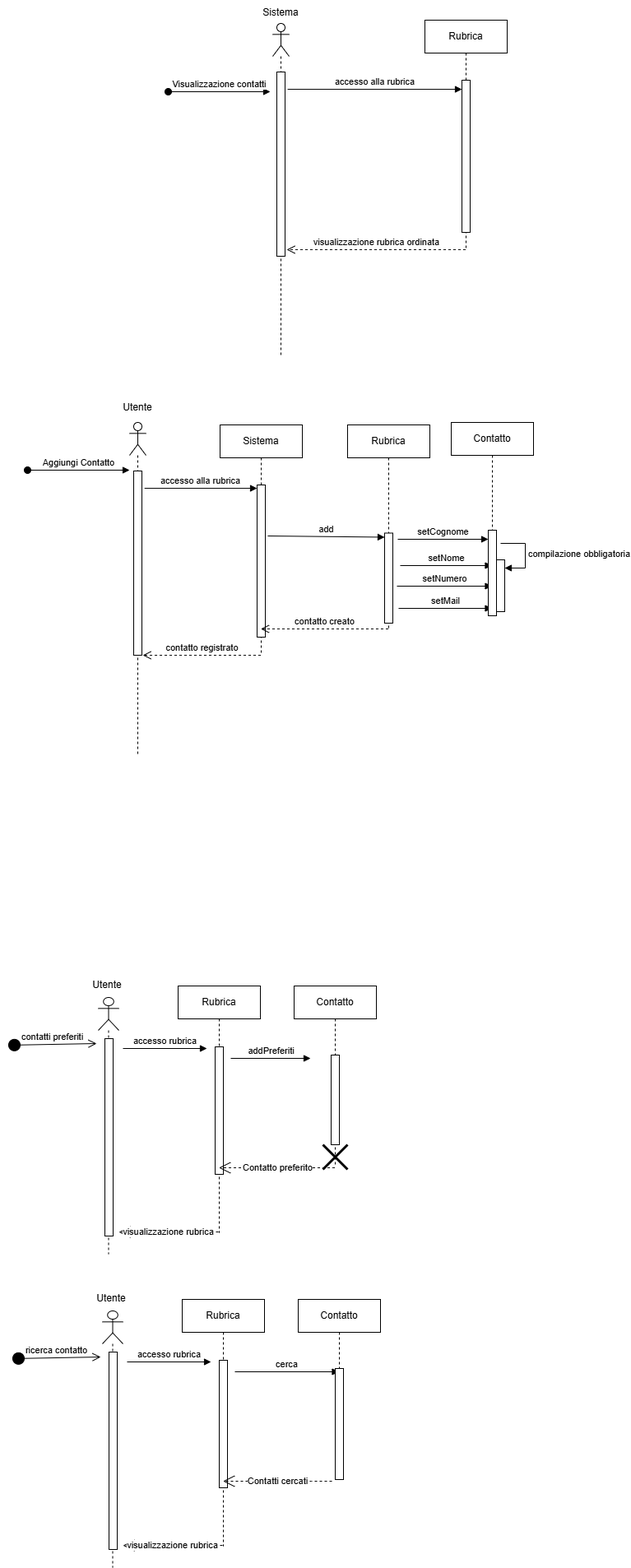
Before: Design/diagrammiPazzi.png, a diagram exported from draw.io (VinSVinS00/Programmi-pazzi). Source tidied: cells renumbered, new cells last; positions are measured from the earlier drawing's top-left corner, leaving out a move shared by most shapes.
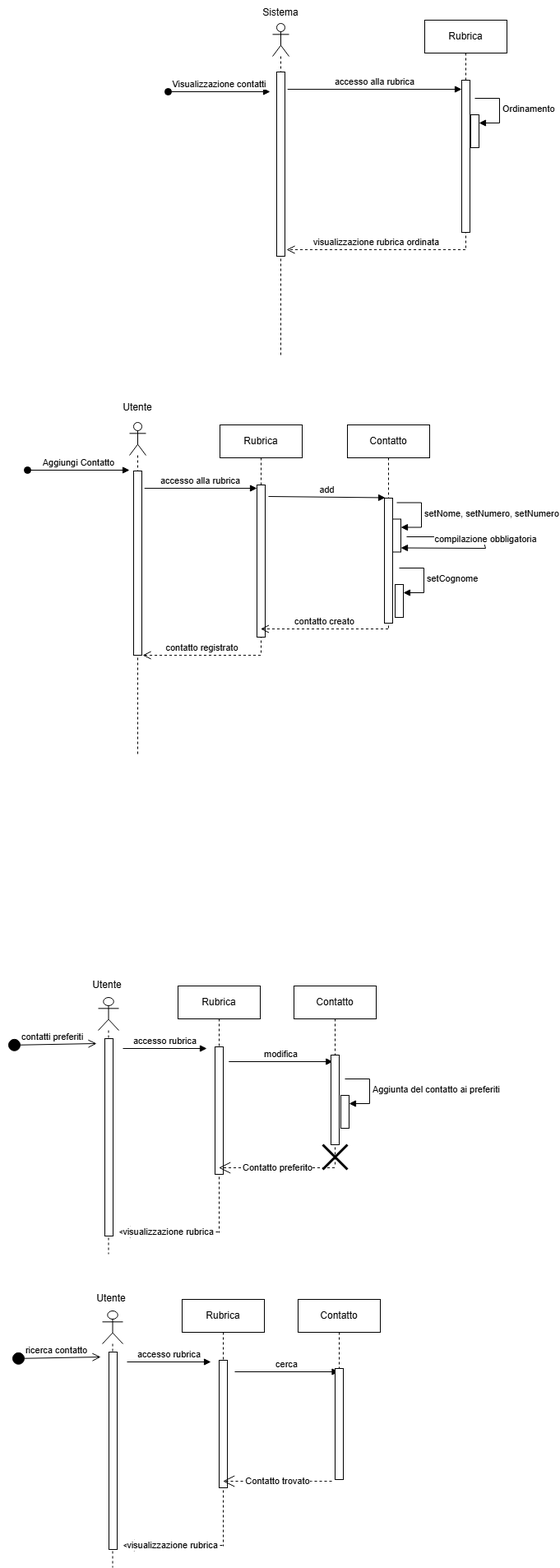
The same file after the commit.

Commit message:
Modifica dei diagrammi sequenziali

modifica dei vari diagrammi con varie modifiche fatte sulle self call e sui diagrammi in generale

The edit, as a diff of the source:
```diff
@@ -8,6 +8,17 @@
     <mxCell id="3" style="html=1;points=[[0,0,0,0,5],[0,1,0,0,-5],[1,0,0,0,5],[1,1,0,0,-5]];perimeter=orthogonalPerimeter;outlineConnect=0;targetShapes=umlLifeline;portConstraint=eastwest;newEdgeStyle={&quot;curved&quot;:0,&quot;rounded&quot;:0};" parent="2" vertex="1">
       <mxGeometry x="45" y="73" width="10" height="185" as="geometry" />
     </mxCell>
+    <mxCell id="55" style="html=1;points=[[0,0,0,0,5],[0,1,0,0,-5],[1,0,0,0,5],[1,1,0,0,-5]];perimeter=orthogonalPerimeter;outlineConnect=0;targetShapes=umlLifeline;portConstraint=eastwest;newEdgeStyle={&quot;curved&quot;:0,&quot;rounded&quot;:0};" parent="2" vertex="1">
+      <mxGeometry x="56" y="115" width="10" height="40" as="geometry" />
+    </mxCell>
+    <mxCell id="56" value="Ordinamento&amp;nbsp;" style="html=1;align=left;spacingLeft=2;endArrow=block;rounded=0;edgeStyle=orthogonalEdgeStyle;curved=0;rounded=0;" parent="2" edge="1" target="55">
+      <mxGeometry relative="1" as="geometry">
+        <mxPoint x="61" y="95" as="sourcePoint" />
+        <Array as="points">
+          <mxPoint x="91" y="125" />
+        </Array>
+      </mxGeometry>
+    </mxCell>
     <mxCell id="4" value="Visualizzazione contatti" style="html=1;verticalAlign=bottom;startArrow=oval;startFill=1;endArrow=block;startSize=8;curved=0;rounded=0;" parent="1" edge="1">
       <mxGeometry relative="1" as="geometry">
         <mxPoint x="195" y="111" as="sourcePoint" />
@@ -31,7 +42,7 @@
         <mxPoint x="339" y="303" as="targetPoint" />
       </mxGeometry>
     </mxCell>
-    <mxCell id="10" value="Sistema" style="shape=umlLifeline;perimeter=lifelinePerimeter;whiteSpace=wrap;html=1;outlineConnect=0;portConstraint=eastwest;newEdgeStyle={&quot;curved&quot;:0,&quot;rounded&quot;:0};" parent="1" vertex="1">
+    <mxCell id="10" value="Rubrica" style="shape=umlLifeline;perimeter=lifelinePerimeter;whiteSpace=wrap;html=1;outlineConnect=0;portConstraint=eastwest;newEdgeStyle={&quot;curved&quot;:0,&quot;rounded&quot;:0};" parent="1" vertex="1">
       <mxGeometry x="258" y="516" width="100" height="280" as="geometry" />
     </mxCell>
     <mxCell id="11" style="html=1;points=[[0,0,0,0,5],[0,1,0,0,-5],[1,0,0,0,5],[1,1,0,0,-5]];perimeter=orthogonalPerimeter;outlineConnect=0;targetShapes=umlLifeline;portConstraint=eastwest;newEdgeStyle={&quot;curved&quot;:0,&quot;rounded&quot;:0};" parent="10" vertex="1">
@@ -55,17 +66,40 @@
     <mxCell id="16" value="accesso alla rubrica" style="html=1;verticalAlign=bottom;endArrow=block;curved=0;rounded=0;exitX=1.319;exitY=0.094;exitDx=0;exitDy=0;exitPerimeter=0;" parent="1" edge="1" source="14" target="11">
       <mxGeometry relative="1" as="geometry" />
     </mxCell>
-    <mxCell id="17" value="add" style="html=1;verticalAlign=bottom;endArrow=block;curved=0;rounded=0;entryX=0;entryY=0;entryDx=0;entryDy=5;" parent="1" edge="1" target="19">
+    <mxCell id="17" value="add" style="html=1;verticalAlign=bottom;endArrow=block;curved=0;rounded=0;entryX=0;entryY=0;entryDx=0;entryDy=5;" parent="1" edge="1">
       <mxGeometry relative="1" as="geometry">
-        <mxPoint x="316" y="651" as="sourcePoint" />
+        <mxPoint x="317" y="603" as="sourcePoint" />
+        <mxPoint x="459" y="604.5" as="targetPoint" />
       </mxGeometry>
     </mxCell>
-    <mxCell id="18" value="Rubrica" style="shape=umlLifeline;perimeter=lifelinePerimeter;whiteSpace=wrap;html=1;newEdgeStyle={&quot;curved&quot;:0,&quot;rounded&quot;:0};" parent="1" vertex="1">
+    <mxCell id="18" value="Contatto" style="shape=umlLifeline;perimeter=lifelinePerimeter;whiteSpace=wrap;html=1;newEdgeStyle={&quot;curved&quot;:0,&quot;rounded&quot;:0};" parent="1" vertex="1">
       <mxGeometry x="413" y="516" width="100" height="249" as="geometry" />
     </mxCell>
     <mxCell id="19" style="html=1;points=[[0,0,0,0,5],[0,1,0,0,-5],[1,0,0,0,5],[1,1,0,0,-5]];perimeter=orthogonalPerimeter;outlineConnect=0;targetShapes=umlLifeline;portConstraint=eastwest;newEdgeStyle={&quot;curved&quot;:0,&quot;rounded&quot;:0};" parent="18" vertex="1">
-      <mxGeometry x="45" y="131.5" width="10" height="109.5" as="geometry" />
+      <mxGeometry x="45" y="89" width="10" height="152" as="geometry" />
     </mxCell>
+    <mxCell id="57" style="html=1;points=[[0,0,0,0,5],[0,1,0,0,-5],[1,0,0,0,5],[1,1,0,0,-5]];perimeter=orthogonalPerimeter;outlineConnect=0;targetShapes=umlLifeline;portConstraint=eastwest;newEdgeStyle={&quot;curved&quot;:0,&quot;rounded&quot;:0};" parent="18" vertex="1">
+      <mxGeometry x="55" y="114.5" width="10" height="40" as="geometry" />
+    </mxCell>
+    <mxCell id="58" value="setNome, setNumero, setNumero" style="html=1;align=left;spacingLeft=2;endArrow=block;rounded=0;edgeStyle=orthogonalEdgeStyle;curved=0;rounded=0;" parent="18" edge="1" target="57">
+      <mxGeometry relative="1" as="geometry">
+        <mxPoint x="60" y="94.5" as="sourcePoint" />
+        <Array as="points">
+          <mxPoint x="90" y="124.5" />
+        </Array>
+      </mxGeometry>
+    </mxCell>
+    <mxCell id="59" style="html=1;points=[[0,0,0,0,5],[0,1,0,0,-5],[1,0,0,0,5],[1,1,0,0,-5]];perimeter=orthogonalPerimeter;outlineConnect=0;targetShapes=umlLifeline;portConstraint=eastwest;newEdgeStyle={&quot;curved&quot;:0,&quot;rounded&quot;:0};" parent="18" vertex="1">
+      <mxGeometry x="58" y="194" width="10" height="40" as="geometry" />
+    </mxCell>
+    <mxCell id="23" value="setCognome" style="html=1;align=left;spacingLeft=2;endArrow=block;rounded=0;edgeStyle=orthogonalEdgeStyle;curved=0;rounded=0;" parent="18" edge="1" target="59">
+      <mxGeometry relative="1" as="geometry">
+        <mxPoint x="63" y="174" as="sourcePoint" />
+        <Array as="points">
+          <mxPoint x="93" y="204" />
+        </Array>
+      </mxGeometry>
+    </mxCell>
     <mxCell id="20" value="contatto creato" style="html=1;verticalAlign=bottom;endArrow=open;dashed=1;endSize=8;curved=0;rounded=0;" parent="1" edge="1">
       <mxGeometry relative="1" as="geometry">
         <mxPoint x="462.5" y="764" as="sourcePoint" />
@@ -77,43 +111,6 @@
         <mxPoint x="164" y="796" as="targetPoint" />
       </mxGeometry>
     </mxCell>
-    <mxCell id="22" value="setNome" style="html=1;verticalAlign=bottom;endArrow=block;curved=0;rounded=0;" parent="1" edge="1" target="26">
-      <mxGeometry relative="1" as="geometry">
-        <mxPoint x="477" y="687" as="sourcePoint" />
-      </mxGeometry>
-    </mxCell>
-    <mxCell id="23" value="setCognome" style="html=1;verticalAlign=bottom;endArrow=block;curved=0;rounded=0;" parent="1" edge="1" target="27">
-      <mxGeometry relative="1" as="geometry">
-        <mxPoint x="474" y="655" as="sourcePoint" />
-      </mxGeometry>
-    </mxCell>
-    <mxCell id="24" value="setNumero" style="html=1;verticalAlign=bottom;endArrow=block;curved=0;rounded=0;" parent="1" edge="1" target="26">
-      <mxGeometry relative="1" as="geometry">
-        <mxPoint x="473" y="712" as="sourcePoint" />
-      </mxGeometry>
-    </mxCell>
-    <mxCell id="25" value="setMail" style="html=1;verticalAlign=bottom;endArrow=block;curved=0;rounded=0;" parent="1" edge="1" target="26">
-      <mxGeometry relative="1" as="geometry">
-        <mxPoint x="475" y="739" as="sourcePoint" />
-      </mxGeometry>
-    </mxCell>
-    <mxCell id="26" value="Contatto" style="shape=umlLifeline;perimeter=lifelinePerimeter;whiteSpace=wrap;html=1;outlineConnect=0;portConstraint=eastwest;newEdgeStyle={&quot;curved&quot;:0,&quot;rounded&quot;:0};" parent="1" vertex="1">
-      <mxGeometry x="539" y="513" width="100" height="237" as="geometry" />
-    </mxCell>
-    <mxCell id="27" style="html=1;points=[[0,0,0,0,5],[0,1,0,0,-5],[1,0,0,0,5],[1,1,0,0,-5]];perimeter=orthogonalPerimeter;outlineConnect=0;targetShapes=umlLifeline;portConstraint=eastwest;newEdgeStyle={&quot;curved&quot;:0,&quot;rounded&quot;:0};" parent="26" vertex="1">
-      <mxGeometry x="45" y="131" width="10" height="104" as="geometry" />
-    </mxCell>
-    <mxCell id="28" style="html=1;points=[[0,0,0,0,5],[0,1,0,0,-5],[1,0,0,0,5],[1,1,0,0,-5]];perimeter=orthogonalPerimeter;outlineConnect=0;targetShapes=umlLifeline;portConstraint=eastwest;newEdgeStyle={&quot;curved&quot;:0,&quot;rounded&quot;:0};" parent="26" vertex="1">
-      <mxGeometry x="55" y="167" width="10" height="63" as="geometry" />
-    </mxCell>
-    <mxCell id="29" value="compilazione obbligatoria" style="html=1;align=left;spacingLeft=2;endArrow=block;rounded=0;edgeStyle=orthogonalEdgeStyle;curved=0;rounded=0;" parent="26" edge="1" target="28">
-      <mxGeometry relative="1" as="geometry">
-        <mxPoint x="60" y="147" as="sourcePoint" />
-        <Array as="points">
-          <mxPoint x="90" y="177" />
-        </Array>
-      </mxGeometry>
-    </mxCell>
     <mxCell id="30" style="shape=umlLifeline;perimeter=lifelinePerimeter;whiteSpace=wrap;html=1;newEdgeStyle={&quot;curved&quot;:0,&quot;rounded&quot;:0};participant=umlActor;" parent="1" vertex="1">
       <mxGeometry x="110" y="1212" width="25" height="312" as="geometry" />
     </mxCell>
@@ -141,10 +138,10 @@
     <mxCell id="36" style="html=1;perimeter=orthogonalPerimeter;targetShapes=umlLifeline;newEdgeStyle={&quot;curved&quot;:0,&quot;rounded&quot;:0};" parent="35" vertex="1">
       <mxGeometry x="45" y="74" width="10" height="155" as="geometry" />
     </mxCell>
-    <mxCell id="37" value="addPreferiti" style="html=1;verticalAlign=bottom;endArrow=block;curved=0;rounded=0;" parent="1" edge="1">
+    <mxCell id="37" value="modifica" style="html=1;verticalAlign=bottom;endArrow=block;curved=0;rounded=0;" parent="1" edge="1">
       <mxGeometry relative="1" as="geometry">
-        <mxPoint x="271" y="1286" as="sourcePoint" />
-        <mxPoint x="368" y="1286" as="targetPoint" />
+        <mxPoint x="268.8" y="1290" as="sourcePoint" />
+        <mxPoint x="395.2" y="1290" as="targetPoint" />
       </mxGeometry>
     </mxCell>
     <mxCell id="38" value="Contatto" style="shape=umlLifeline;perimeter=lifelinePerimeter;whiteSpace=wrap;html=1;newEdgeStyle={&quot;curved&quot;:0,&quot;rounded&quot;:0};" parent="1" vertex="1">
@@ -156,6 +153,17 @@
     <mxCell id="40" style="shape=umlDestroy;whiteSpace=wrap;html=1;strokeWidth=3;targetShapes=umlLifeline;" parent="38" vertex="1">
       <mxGeometry x="35" y="193" width="30" height="30" as="geometry" />
     </mxCell>
+    <mxCell id="60" style="html=1;points=[[0,0,0,0,5],[0,1,0,0,-5],[1,0,0,0,5],[1,1,0,0,-5]];perimeter=orthogonalPerimeter;outlineConnect=0;targetShapes=umlLifeline;portConstraint=eastwest;newEdgeStyle={&quot;curved&quot;:0,&quot;rounded&quot;:0};" parent="38" vertex="1">
+      <mxGeometry x="57" y="133" width="10" height="40" as="geometry" />
+    </mxCell>
+    <mxCell id="61" value="Aggiunta del contatto ai preferiti" style="html=1;align=left;spacingLeft=2;endArrow=block;rounded=0;edgeStyle=orthogonalEdgeStyle;curved=0;rounded=0;" parent="38" edge="1" target="60">
+      <mxGeometry relative="1" as="geometry">
+        <mxPoint x="62" y="113" as="sourcePoint" />
+        <Array as="points">
+          <mxPoint x="92" y="143" />
+        </Array>
+      </mxGeometry>
+    </mxCell>
     <mxCell id="41" value="Contatto preferito" style="endArrow=open;endSize=12;dashed=1;html=1;rounded=0;" parent="1" edge="1">
       <mxGeometry relative="1" as="geometry">
         <mxPoint x="397.5" y="1419" as="sourcePoint" />
@@ -209,7 +217,7 @@
     <mxCell id="52" style="html=1;perimeter=orthogonalPerimeter;targetShapes=umlLifeline;newEdgeStyle={&quot;curved&quot;:0,&quot;rounded&quot;:0};" parent="51" vertex="1">
       <mxGeometry x="45" y="84" width="10" height="135" as="geometry" />
     </mxCell>
-    <mxCell id="53" value="Contatti cercati" style="endArrow=open;endSize=12;dashed=1;html=1;rounded=0;" parent="1" edge="1">
+    <mxCell id="53" value="Contatto trovato" style="endArrow=open;endSize=12;dashed=1;html=1;rounded=0;" parent="1" edge="1">
       <mxGeometry relative="1" as="geometry">
         <mxPoint x="394" y="1800" as="sourcePoint" />
         <mxPoint x="261.7" y="1800" as="targetPoint" />
@@ -224,5 +232,14 @@
         <mxPoint x="140" y="1878.2" as="targetPoint" />
       </mxGeometry>
     </mxCell>
+    <mxCell id="29" value="compilazione obbligatoria" style="html=1;verticalAlign=bottom;endArrow=block;curved=0;rounded=0;entryX=1;entryY=1;entryDx=0;entryDy=-5;entryPerimeter=0;" parent="1" edge="1" target="57">
+      <mxGeometry relative="1" as="geometry">
+        <mxPoint x="485" y="652" as="sourcePoint" />
+        <Array as="points">
+          <mxPoint x="577" y="652" />
+          <mxPoint x="581" y="666" />
+        </Array>
+      </mxGeometry>
+    </mxCell>
   </root>
 </mxGraphModel>
```
